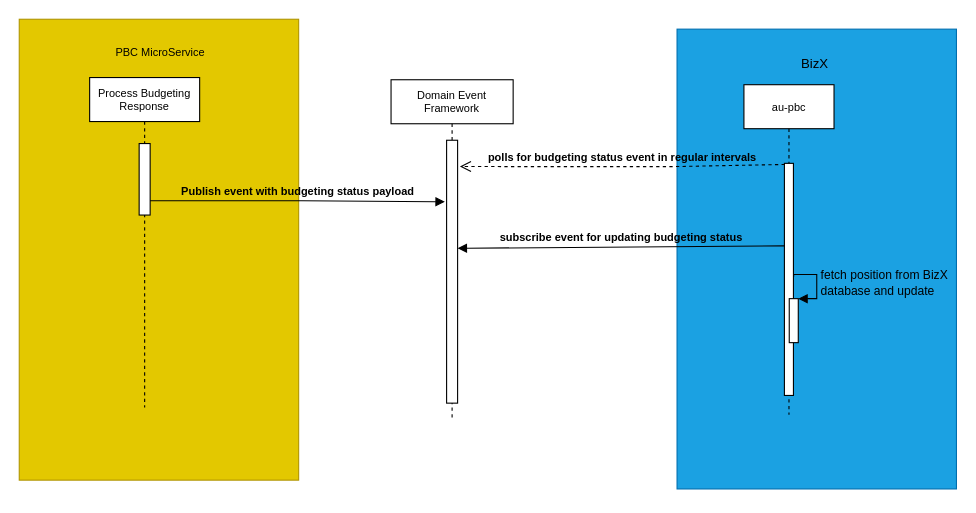
techie-khushdeep/data-structure-algorithm-problems keeps this draw.io diagram as Untitled Diagram.drawio. Above is the earlier version. Source tidied: cells renumbered, new cells numbered last; positions are measured from the earlier drawing's top-left corner, leaving out a move shared by most shapes. Both pictures are drawn from the tidied source at 110%, with x=0, y=0 at pixel (19, 19).
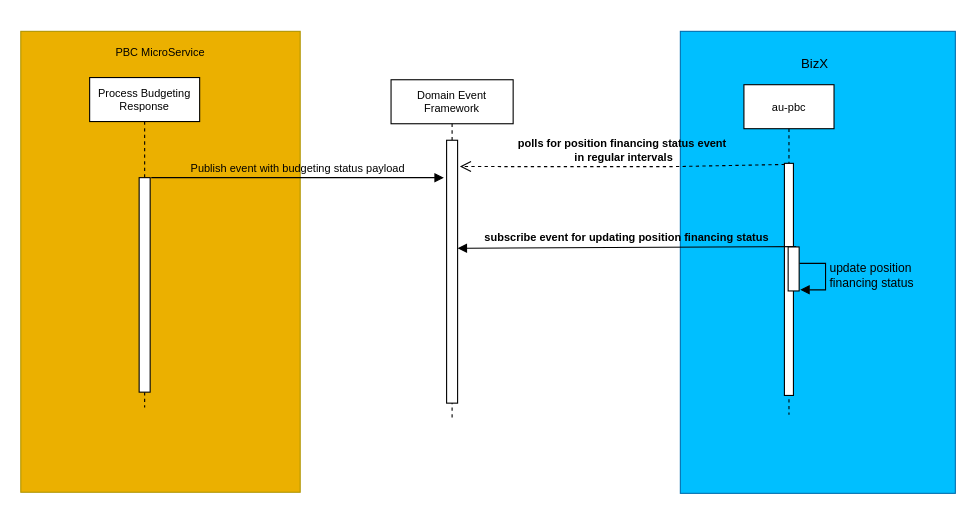
The same page after the edit.

The change refers to these unchanged cells:
```xml
<mxCell id="4" value="Process Budgeting Response" style="shape=umlLifeline;perimeter=lifelinePerimeter;whiteSpace=wrap;html=1;fontSize=10;strokeColor=default;fillColor=#FFFFFF;rounded=0;" parent="1" vertex="1">
  <mxGeometry x="64" y="53" width="100" height="300" as="geometry" />
</mxCell>
<mxCell id="8" style="html=1;points=[];perimeter=orthogonalPerimeter;fontSize=10;fontColor=default;strokeColor=default;fillColor=#FFFFFF;rounded=0;" parent="7" vertex="1">
  <mxGeometry x="50.5" y="55" width="10" height="239" as="geometry" />
</mxCell>
```

The edit, as a diff of the source:
```diff
@@
-    <mxCell id="2" style="rounded=0;whiteSpace=wrap;html=1;strokeColor=#B09500;fillColor=#e3c800;fontColor=#000000;" parent="1" vertex="1">
-      <mxGeometry width="254" height="419" as="geometry" />
+    <mxCell id="2" style="rounded=0;whiteSpace=wrap;html=1;strokeColor=#B09500;fillColor=#EBB000;fontColor=#000000;" parent="1" vertex="1">
+      <mxGeometry x="1.4" y="11" width="254" height="419" as="geometry" />
     </mxCell>
@@
     <mxCell id="5" style="html=1;perimeter=orthogonalPerimeter;fontSize=10;strokeColor=default;fillColor=#FFFFFF;rounded=0;" parent="4" vertex="1">
-      <mxGeometry x="45" y="60" width="10" height="65" as="geometry" />
+      <mxGeometry x="45" y="91" width="10" height="195" as="geometry" />
     </mxCell>
-    <mxCell id="6" value="Publish event with budgeting status payload" style="verticalAlign=bottom;endArrow=block;rounded=0;fontSize=10;labelBackgroundColor=none;fontColor=default;fontStyle=1;html=1;entryX=-0.16;entryY=0.234;entryDx=0;entryDy=0;entryPerimeter=0;" parent="4" edge="1" target="8">
-      <mxGeometry relative="1" as="geometry">
-        <mxPoint x="55" y="112" as="sourcePoint" />
-        <Array as="points">
-          <mxPoint x="58" y="112" />
-          <mxPoint x="193" y="112" />
-        </Array>
-      </mxGeometry>
-    </mxCell>
@@
-    <mxCell id="9" style="rounded=0;whiteSpace=wrap;html=1;fillColor=#1ba1e2;strokeColor=#006EAF;fontColor=#ffffff;" parent="1" vertex="1">
-      <mxGeometry x="598" y="9" width="254" height="418" as="geometry" />
+    <mxCell id="9" style="rounded=0;whiteSpace=wrap;html=1;fillColor=#00BFFF;strokeColor=#006EAF;fontColor=#ffffff;" parent="1" vertex="1">
+      <mxGeometry x="601" y="11" width="250" height="420" as="geometry" />
     </mxCell>
@@
-    <mxCell id="13" style="html=1;points=[];perimeter=orthogonalPerimeter;" parent="1" vertex="1">
-      <mxGeometry x="700" y="254" width="8.2" height="40" as="geometry" />
-    </mxCell>
-    <mxCell id="14" value="fetch position from BizX&lt;br&gt;database and update" style="edgeStyle=orthogonalEdgeStyle;html=1;align=left;spacingLeft=2;endArrow=block;rounded=0;entryX=1;entryY=0;labelBackgroundColor=none;" parent="1" edge="1" target="13">
-      <mxGeometry relative="1" as="geometry">
-        <mxPoint x="704" y="234" as="sourcePoint" />
-        <Array as="points">
-          <mxPoint x="704" y="232" />
-          <mxPoint x="725" y="232" />
-          <mxPoint x="725" y="254" />
-        </Array>
-      </mxGeometry>
-    </mxCell>
-    <mxCell id="15" value="polls for budgeting status event in regular intervals" style="html=1;verticalAlign=bottom;endArrow=open;dashed=1;endSize=8;rounded=0;labelBackgroundColor=none;fontSize=10;fontColor=default;fontStyle=1;entryX=1.21;entryY=0.1;entryDx=0;entryDy=0;entryPerimeter=0;" parent="1" edge="1" target="8">
+    <mxCell id="15" value="polls for position financing status event&lt;br&gt;&amp;nbsp;in regular intervals" style="html=1;verticalAlign=bottom;endArrow=open;dashed=1;endSize=8;rounded=0;labelBackgroundColor=none;fontSize=10;fontColor=default;fontStyle=1;entryX=1.21;entryY=0.1;entryDx=0;entryDy=0;entryPerimeter=0;" parent="1" edge="1" target="8">
       <mxGeometry relative="1" as="geometry">
         <mxPoint x="696" y="132" as="sourcePoint" />
         <Array as="points">
           <mxPoint x="593" y="134" />
+          <mxPoint x="543" y="134" />
           <mxPoint x="504" y="134" />
         </Array>
       </mxGeometry>
     </mxCell>
-    <mxCell id="16" value="&lt;font style=&quot;&quot;&gt;&lt;span style=&quot;font-size: 10px;&quot;&gt;&lt;b&gt;subscribe&amp;nbsp;event for updating budgeting status&lt;/b&gt;&lt;/span&gt;&lt;/font&gt;" style="html=1;verticalAlign=bottom;endArrow=block;rounded=0;entryX=1;entryY=0.411;entryDx=0;entryDy=0;entryPerimeter=0;labelBackgroundColor=none;" parent="1" edge="1" target="8">
-      <mxGeometry relative="1" as="geometry">
-        <mxPoint x="696" y="206" as="sourcePoint" />
-      </mxGeometry>
+    <mxCell id="16" value="&lt;font style=&quot;&quot;&gt;&lt;span style=&quot;font-size: 10px;&quot;&gt;&lt;b&gt;subscribe&amp;nbsp;event for updating position financing status&lt;/b&gt;&lt;/span&gt;&lt;/font&gt;" style="html=1;verticalAlign=bottom;endArrow=block;rounded=0;entryX=1;entryY=0.411;entryDx=0;entryDy=0;entryPerimeter=0;labelBackgroundColor=none;exitX=0.729;exitY=-0.008;exitDx=0;exitDy=0;exitPerimeter=0;" parent="1" edge="1" source="18" target="8">
+      <mxGeometry relative="1" as="geometry" />
     </mxCell>
+    <mxCell id="6" value="&lt;span style=&quot;font-weight: normal;&quot;&gt;Publish event with budgeting status payload&lt;/span&gt;" style="verticalAlign=bottom;endArrow=block;rounded=0;fontSize=10;labelBackgroundColor=none;fontColor=default;fontStyle=1;html=1;" parent="1" edge="1">
+      <mxGeometry relative="1" as="geometry">
+        <mxPoint x="120" y="144" as="sourcePoint" />
+        <mxPoint x="386" y="144" as="targetPoint" />
+      </mxGeometry>
+    </mxCell>
+    <mxCell id="17" style="group;" parent="1" vertex="1">
+      <mxGeometry x="699" y="207" width="34" height="40" as="geometry" />
+    </mxCell>
+    <mxCell id="14" value="update position &lt;br&gt;financing status" style="edgeStyle=orthogonalEdgeStyle;html=1;align=left;spacingLeft=2;endArrow=block;rounded=0;labelBackgroundColor=none;exitX=1.029;exitY=0.373;exitDx=0;exitDy=0;exitPerimeter=0;" parent="17" edge="1" source="18">
+      <mxGeometry relative="1" as="geometry">
+        <mxPoint x="11" y="39" as="targetPoint" />
+        <Array as="points">
+          <mxPoint x="34" y="14" />
+          <mxPoint x="34" y="39" />
+        </Array>
+      </mxGeometry>
+    </mxCell>
+    <mxCell id="18" style="html=1;points=[];perimeter=orthogonalPerimeter;fontSize=10;fillColor=#FFFFFF;" parent="17" vertex="1">
+      <mxGeometry width="10" height="40" as="geometry" />
+    </mxCell>
```
